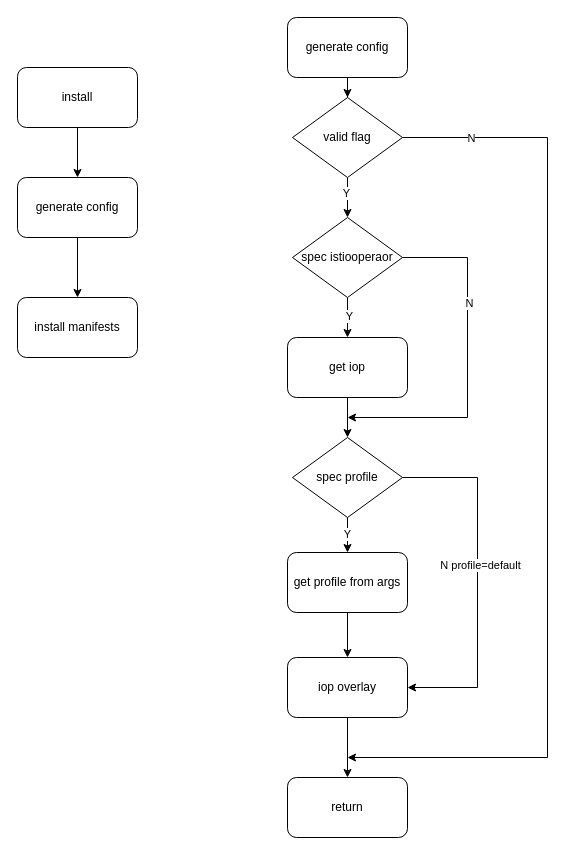
Earlier version of the draw.io diagram mesh/istioctl-install.drawio (yueyangtian/draw). Source tidied: cells renumbered, new cells numbered last; positions are measured from the earlier drawing's top-left corner, leaving out a move shared by most shapes. Both pictures are drawn from the tidied source at 100%, with x=0, y=0 at pixel (17, 17).
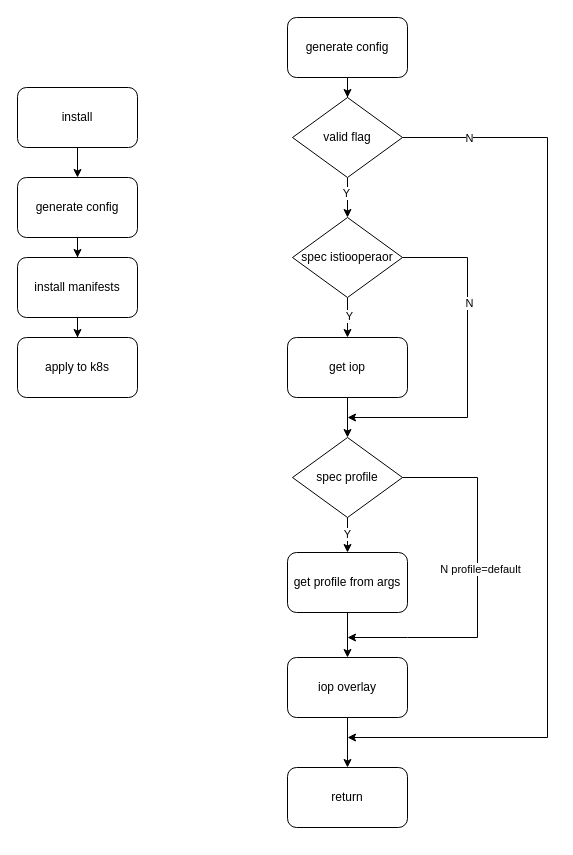
The same page after the edit.

The change refers to these unchanged cells:
```xml
<mxCell id="2" value="spec profile" style="rhombus;whiteSpace=wrap;html=1;rounded=0;sketch=0;" parent="1" vertex="1">
  <mxGeometry x="275" y="420" width="110" height="80" as="geometry" />
</mxCell>
<mxCell id="14" value="valid flag" style="rhombus;whiteSpace=wrap;html=1;rounded=0;sketch=0;" parent="1" vertex="1">
  <mxGeometry x="275" y="80" width="110" height="80" as="geometry" />
</mxCell>
<mxCell id="29" value="iop overlay" style="whiteSpace=wrap;html=1;rounded=1;sketch=0;" parent="1" vertex="1">
  <mxGeometry x="270" y="640" width="120" height="60" as="geometry" />
</mxCell>
```

Change to the diagram source:
```diff
@@
     <mxCell id="4" value="install" style="rounded=1;whiteSpace=wrap;html=1;" parent="1" vertex="1">
-      <mxGeometry y="50" width="120" height="60" as="geometry" />
+      <mxGeometry y="70" width="120" height="60" as="geometry" />
     </mxCell>
@@
+    <mxCell id="31" style="edgeStyle=orthogonalEdgeStyle;rounded=0;jettySize=auto;html=1;" parent="1" edge="1" source="7" target="32">
+      <mxGeometry relative="1" as="geometry" />
+    </mxCell>
     <mxCell id="7" value="install manifests" style="rounded=1;whiteSpace=wrap;html=1;" parent="1" vertex="1">
-      <mxGeometry y="280" width="120" height="60" as="geometry" />
+      <mxGeometry y="240" width="120" height="60" as="geometry" />
     </mxCell>
@@
     <mxCell id="12" style="edgeStyle=orthogonalEdgeStyle;rounded=0;jettySize=auto;html=1;exitX=1;exitY=0.5;exitDx=0;exitDy=0;" parent="1" edge="1" source="14">
       <mxGeometry relative="1" as="geometry">
-        <mxPoint x="330" y="740" as="targetPoint" />
+        <mxPoint x="330" y="720" as="targetPoint" />
         <Array as="points">
           <mxPoint x="530" y="120" />
-          <mxPoint x="530" y="740" />
+          <mxPoint x="530" y="720" />
+          <mxPoint x="330" y="720" />
         </Array>
       </mxGeometry>
     </mxCell>
@@
-    <mxCell id="24" style="edgeStyle=orthogonalEdgeStyle;rounded=0;jettySize=auto;html=1;exitX=1;exitY=0.5;exitDx=0;exitDy=0;entryX=1;entryY=0.5;entryDx=0;entryDy=0;" parent="1" edge="1" source="2" target="29">
+    <mxCell id="24" style="edgeStyle=orthogonalEdgeStyle;rounded=0;jettySize=auto;html=1;exitX=1;exitY=0.5;exitDx=0;exitDy=0;" parent="1" edge="1" source="2">
       <mxGeometry relative="1" as="geometry">
+        <mxPoint x="330" y="620" as="targetPoint" />
         <Array as="points">
           <mxPoint x="460" y="460" />
-          <mxPoint x="460" y="670" />
+          <mxPoint x="460" y="620" />
+          <mxPoint x="390" y="620" />
         </Array>
       </mxGeometry>
     </mxCell>
@@
     <mxCell id="30" value="return" style="whiteSpace=wrap;html=1;rounded=1;sketch=0;" parent="1" vertex="1">
-      <mxGeometry x="270" y="760" width="120" height="60" as="geometry" />
+      <mxGeometry x="270" y="750" width="120" height="60" as="geometry" />
     </mxCell>
+    <mxCell id="32" value="apply to k8s" style="rounded=1;whiteSpace=wrap;html=1;" parent="1" vertex="1">
+      <mxGeometry y="320" width="120" height="60" as="geometry" />
+    </mxCell>
```
